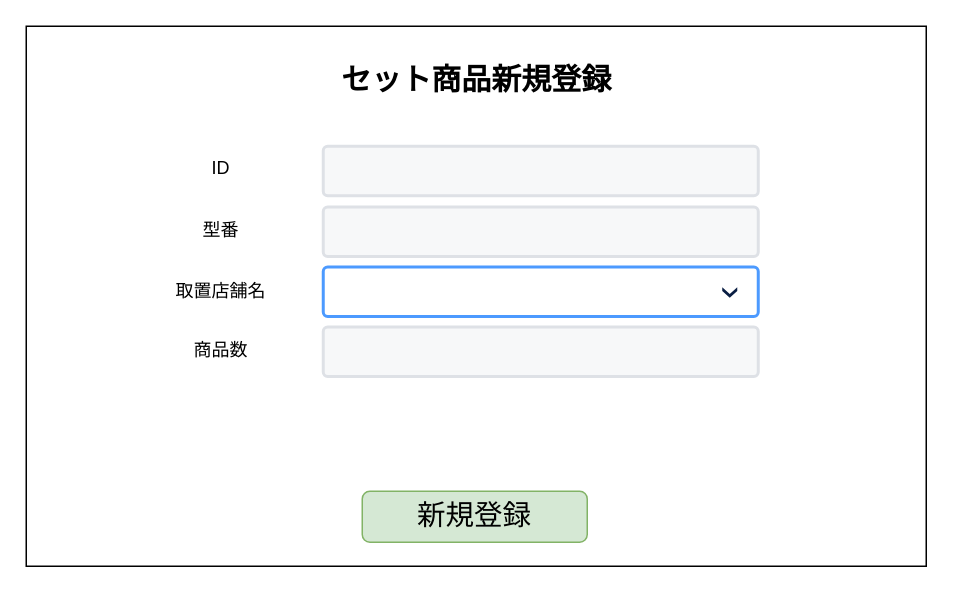
Above: 各種設計書/6.画面設計書/セット商品新規登録画面.drawio in HaruShim/Sotuken (draw.io), before the change. Source tidied: cells renumbered, new cells numbered last; positions are measured from the earlier drawing's top-left corner, leaving out a move shared by most shapes. Both pictures are drawn from the tidied source at 150%, with x=0, y=0 at pixel (26, 26).
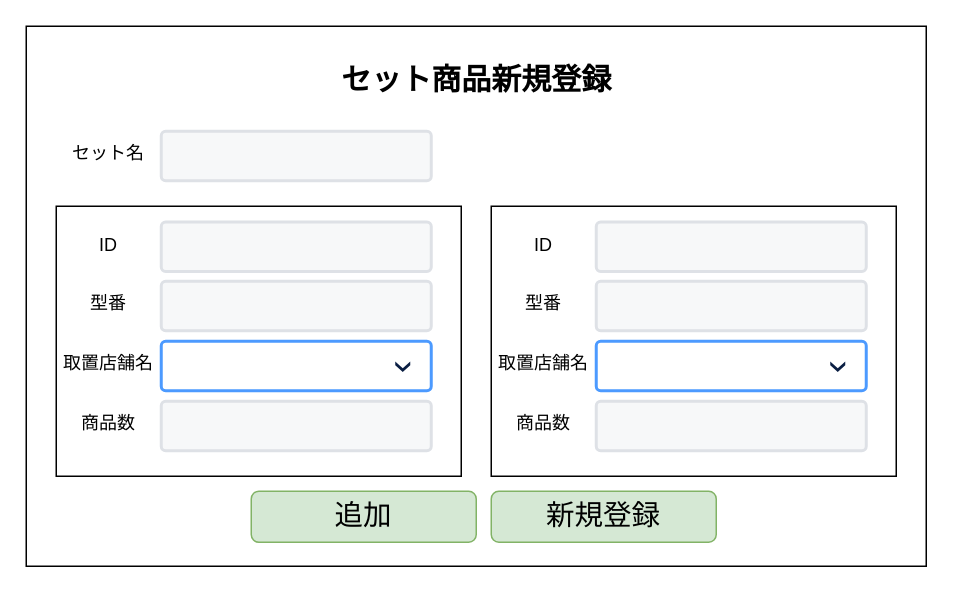
The same diagram, later.

The edit, as a diff of the source:
```diff
@@
+    <mxCell id="14" style="rounded=0;whiteSpace=wrap;html=1;fillColor=none;" parent="1" vertex="1">
+      <mxGeometry x="20" y="120" width="270" height="180" as="geometry" />
+    </mxCell>
@@
     <mxCell id="4" value="ID" style="text;html=1;strokeColor=none;fillColor=none;align=center;verticalAlign=middle;whiteSpace=wrap;rounded=0;" parent="1" vertex="1">
-      <mxGeometry x="100" y="80" width="60" height="30" as="geometry" />
+      <mxGeometry x="30" y="130.5" width="50" height="30" as="geometry" />
     </mxCell>
     <mxCell id="5" style="rounded=1;arcSize=9;fillColor=#F7F8F9;align=left;spacingLeft=5;strokeColor=#DEE1E6;html=1;strokeWidth=2;fontSize=12;" parent="1" vertex="1">
-      <mxGeometry x="198" y="80" width="290" height="33" as="geometry" />
+      <mxGeometry x="90" y="130.5" width="180" height="33" as="geometry" />
     </mxCell>
     <mxCell id="6" value="型番" style="text;html=1;strokeColor=none;fillColor=none;align=center;verticalAlign=middle;whiteSpace=wrap;rounded=0;" parent="1" vertex="1">
-      <mxGeometry x="80" y="120.5" width="100" height="30" as="geometry" />
+      <mxGeometry x="30" y="170" width="50" height="30" as="geometry" />
     </mxCell>
     <mxCell id="7" style="rounded=1;arcSize=9;fillColor=#F7F8F9;align=left;spacingLeft=5;strokeColor=#DEE1E6;html=1;strokeWidth=2;fontSize=12;" parent="1" vertex="1">
-      <mxGeometry x="198" y="120.5" width="290" height="33" as="geometry" />
+      <mxGeometry x="90" y="170" width="180" height="33" as="geometry" />
     </mxCell>
     <mxCell id="8" value="取置店舗名" style="text;html=1;strokeColor=none;fillColor=none;align=center;verticalAlign=middle;whiteSpace=wrap;rounded=0;" parent="1" vertex="1">
-      <mxGeometry x="95" y="162" width="70" height="30" as="geometry" />
+      <mxGeometry x="20" y="210" width="70" height="30" as="geometry" />
     </mxCell>
     <mxCell id="9" value="商品数" style="text;html=1;strokeColor=none;fillColor=none;align=center;verticalAlign=middle;whiteSpace=wrap;rounded=0;" parent="1" vertex="1">
-      <mxGeometry x="95" y="200.5" width="70" height="30" as="geometry" />
+      <mxGeometry x="25" y="250" width="60" height="30" as="geometry" />
     </mxCell>
     <mxCell id="10" style="rounded=1;arcSize=9;fillColor=#ffffff;strokeColor=#4C9AFF;html=1;strokeWidth=2;spacingLeft=30;fontColor=#000000;align=left;" parent="1" vertex="1">
-      <mxGeometry x="198" y="160.5" width="290" height="33" as="geometry" />
+      <mxGeometry x="90" y="210" width="180" height="33" as="geometry" />
     </mxCell>
@@
     <mxCell id="12" style="rounded=1;arcSize=9;fillColor=#F7F8F9;align=left;spacingLeft=5;strokeColor=#DEE1E6;html=1;strokeWidth=2;fontSize=12;" parent="1" vertex="1">
-      <mxGeometry x="198" y="200.5" width="290" height="33" as="geometry" />
+      <mxGeometry x="90" y="250" width="180" height="33" as="geometry" />
     </mxCell>
     <mxCell id="13" value="&lt;span style=&quot;font-size: 19px&quot;&gt;新規登録&lt;/span&gt;" style="rounded=1;whiteSpace=wrap;html=1;align=center;labelBackgroundColor=none;fillColor=#d5e8d4;strokeColor=#82b366;" parent="1" vertex="1">
-      <mxGeometry x="224" y="310" width="150" height="34" as="geometry" />
+      <mxGeometry x="310" y="310" width="150" height="34" as="geometry" />
     </mxCell>
+    <mxCell id="15" style="rounded=0;whiteSpace=wrap;html=1;fillColor=none;" parent="1" vertex="1">
+      <mxGeometry x="310" y="120" width="270" height="180" as="geometry" />
+    </mxCell>
+    <mxCell id="16" value="ID" style="text;html=1;strokeColor=none;fillColor=none;align=center;verticalAlign=middle;whiteSpace=wrap;rounded=0;" parent="1" vertex="1">
+      <mxGeometry x="320" y="130.5" width="50" height="30" as="geometry" />
+    </mxCell>
+    <mxCell id="17" style="rounded=1;arcSize=9;fillColor=#F7F8F9;align=left;spacingLeft=5;strokeColor=#DEE1E6;html=1;strokeWidth=2;fontSize=12;" parent="1" vertex="1">
+      <mxGeometry x="380" y="130.5" width="180" height="33" as="geometry" />
+    </mxCell>
+    <mxCell id="18" value="型番" style="text;html=1;strokeColor=none;fillColor=none;align=center;verticalAlign=middle;whiteSpace=wrap;rounded=0;" parent="1" vertex="1">
+      <mxGeometry x="320" y="170" width="50" height="30" as="geometry" />
+    </mxCell>
+    <mxCell id="19" style="rounded=1;arcSize=9;fillColor=#F7F8F9;align=left;spacingLeft=5;strokeColor=#DEE1E6;html=1;strokeWidth=2;fontSize=12;" parent="1" vertex="1">
+      <mxGeometry x="380" y="170" width="180" height="33" as="geometry" />
+    </mxCell>
+    <mxCell id="20" value="取置店舗名" style="text;html=1;strokeColor=none;fillColor=none;align=center;verticalAlign=middle;whiteSpace=wrap;rounded=0;" parent="1" vertex="1">
+      <mxGeometry x="310" y="210" width="70" height="30" as="geometry" />
+    </mxCell>
+    <mxCell id="21" value="商品数" style="text;html=1;strokeColor=none;fillColor=none;align=center;verticalAlign=middle;whiteSpace=wrap;rounded=0;" parent="1" vertex="1">
+      <mxGeometry x="315" y="250" width="60" height="30" as="geometry" />
+    </mxCell>
+    <mxCell id="22" style="rounded=1;arcSize=9;fillColor=#ffffff;strokeColor=#4C9AFF;html=1;strokeWidth=2;spacingLeft=30;fontColor=#000000;align=left;" parent="1" vertex="1">
+      <mxGeometry x="380" y="210" width="180" height="33" as="geometry" />
+    </mxCell>
+    <mxCell id="23" style="shape=step;whiteSpace=wrap;html=1;rounded=0;strokeColor=none;strokeWidth=2;fillColor=#0A1E43;gradientColor=none;fontFamily=Verdana;fontSize=14;fontColor=#000000;align=left;direction=south;size=0.65;" parent="22" vertex="1">
+      <mxGeometry x="1" y="0.5" width="10" height="7" relative="1" as="geometry">
+        <mxPoint x="-24" y="-3" as="offset" />
+      </mxGeometry>
+    </mxCell>
+    <mxCell id="24" style="rounded=1;arcSize=9;fillColor=#F7F8F9;align=left;spacingLeft=5;strokeColor=#DEE1E6;html=1;strokeWidth=2;fontSize=12;" parent="1" vertex="1">
+      <mxGeometry x="380" y="250" width="180" height="33" as="geometry" />
+    </mxCell>
+    <mxCell id="25" value="&lt;span style=&quot;font-size: 19px&quot;&gt;追加&lt;/span&gt;" style="rounded=1;whiteSpace=wrap;html=1;align=center;labelBackgroundColor=none;fillColor=#d5e8d4;strokeColor=#82b366;" parent="1" vertex="1">
+      <mxGeometry x="150" y="310" width="150" height="34" as="geometry" />
+    </mxCell>
+    <mxCell id="26" value="セット名" style="text;html=1;strokeColor=none;fillColor=none;align=center;verticalAlign=middle;whiteSpace=wrap;rounded=0;" parent="1" vertex="1">
+      <mxGeometry x="30" y="70" width="50" height="30" as="geometry" />
+    </mxCell>
+    <mxCell id="27" style="rounded=1;arcSize=9;fillColor=#F7F8F9;align=left;spacingLeft=5;strokeColor=#DEE1E6;html=1;strokeWidth=2;fontSize=12;" parent="1" vertex="1">
+      <mxGeometry x="90" y="70" width="180" height="33" as="geometry" />
+    </mxCell>
```
